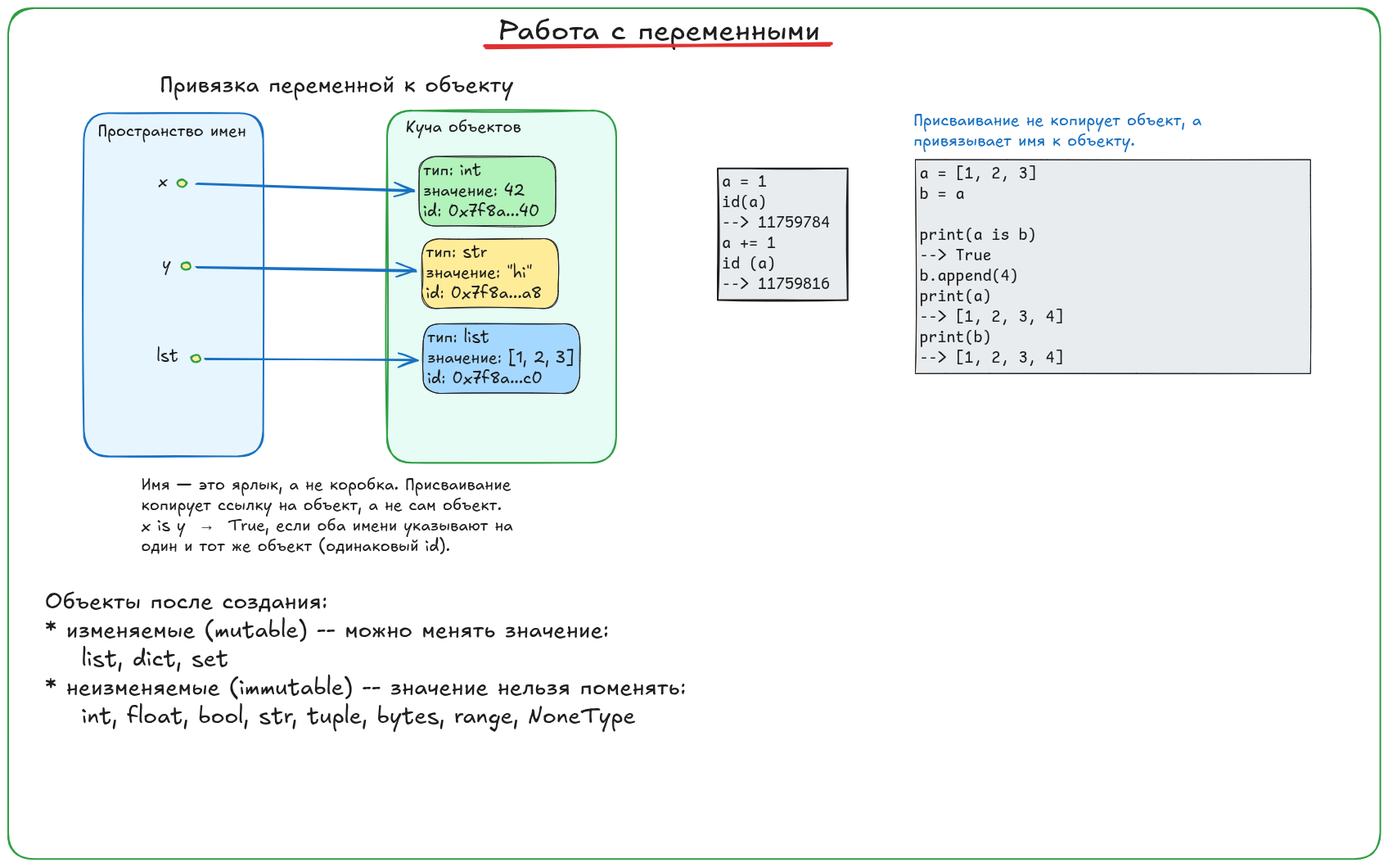
wolodyx/mlintro keeps this Excalidraw diagram as presentations/python-intro/excalidraw/python04.excalidraw.png. Above is the earlier version. Source tidied: one line per element, renumbered; positions are measured from the earlier drawing's top-left corner, leaving out a move shared by most shapes.
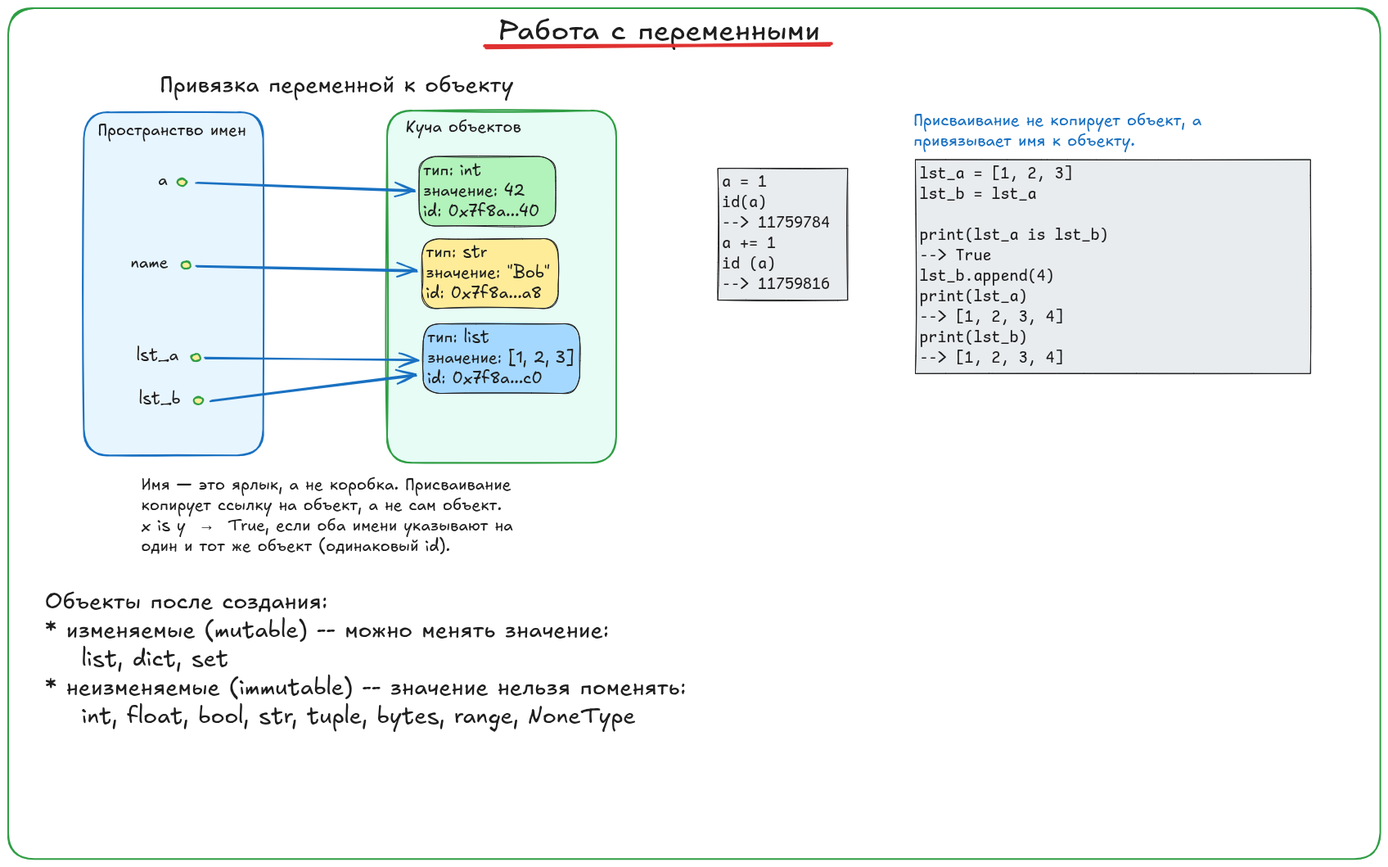
Later version of the same file.

Change to the diagram source:
```diff
@@ -2,29 +2,32 @@
 {"id": 1, "type": "line", "strokeColor": "#e03131", "strokeWidth": 4, "roughness": 1, "round": true, "x": 583, "y": 47, "width": 422, "height": 3, "points": [[0, 0], [422, -3]]}
 {"id": 2, "type": "rectangle", "strokeColor": "#2f9e44", "strokeWidth": 2, "roughness": 1, "round": true, "x": 0, "y": 0, "width": 1677, "height": 1039}
 {"id": 3, "type": "rectangle", "strokeColor": "#1e1e1e", "backgroundColor": "#e9ecef", "fillStyle": "solid", "strokeWidth": 1, "roughness": 1, "x": 1108, "y": 185, "width": 483, "height": 261}
-{"id": 4, "type": "text", "text": "a = [1, 2, 3]\nb = a\n\nprint(a is b)\n--> True\nb.append(4)\nprint(a)\n--> [1, 2, 3, 4]\nprint(b)\n--> [1, 2, 3, 4]", "strokeColor": "#1e1e1e", "backgroundColor": "#e9ecef", "fillStyle": "solid", "strokeWidth": 1, "roughness": 1, "fontSize": 20, "fontFamily": 8, "inside": 3, "x": 1113, "y": 190, "width": 176, "height": 250}
+{"id": 4, "type": "text", "text": "lst_a = [1, 2, 3]\nlst_b = lst_a\n\nprint(lst_a is lst_b)\n--> True\nlst_b.append(4)\nprint(lst_a)\n--> [1, 2, 3, 4]\nprint(lst_b)\n--> [1, 2, 3, 4]", "strokeColor": "#1e1e1e", "backgroundColor": "#e9ecef", "fillStyle": "solid", "strokeWidth": 1, "roughness": 1, "fontSize": 20, "fontFamily": 8, "inside": 3, "x": 1113, "y": 190, "width": 231, "height": 250}
 {"id": 5, "type": "text", "text": "Присваивание не копирует объект, а\nпривязывает имя к объекту.", "strokeColor": "#1971c2", "backgroundColor": "#e9ecef", "fillStyle": "solid", "strokeWidth": 1, "roughness": 1, "fontSize": 20, "fontFamily": 5, "x": 1106, "y": 125, "width": 474, "height": 50}
+{"id": 27, "type": "text", "text": "Объекты после создания:\n* изменяемые (mutable) -- можно менять значение:\n    list, dict, set\n* неизменяемые (immutable) -- значение нельзя поменять:\n    int, float, bool, str, tuple, bytes, range, NoneType", "strokeColor": "#1e1e1e", "backgroundColor": "#a5d8ff", "fillStyle": "solid", "strokeWidth": 2, "roughness": 1, "fontSize": 28, "fontFamily": 5, "x": 45, "y": 708, "width": 784, "height": 175}
+{"id": 28, "type": "rectangle", "strokeColor": "#1e1e1e", "backgroundColor": "#e9ecef", "fillStyle": "solid", "strokeWidth": 1, "roughness": 1, "x": 867, "y": 196, "width": 159, "height": 161}
+{"id": 29, "type": "text", "text": "a = 1\nid(a)\n--> 11759784\na += 1\nid (a)\n--> 11759816", "strokeColor": "#1e1e1e", "backgroundColor": "#a5d8ff", "fillStyle": "solid", "strokeWidth": 2, "roughness": 1, "fontSize": 20, "fontFamily": 8, "inside": 28, "x": 872, "y": 201, "width": 132, "height": 150}
+{"id": 25, "type": "text", "text": "Привязка переменной к объекту", "strokeColor": "#1e1e1e", "backgroundColor": "#a5d8ff", "fillStyle": "solid", "strokeWidth": 2, "roughness": 1, "fontSize": 28, "fontFamily": 5, "x": 185, "y": 77, "width": 432, "height": 35}
+{"id": 26, "type": "text", "text": "Имя — это ярлык, а не коробка. Присваивание\nкопирует ссылку на объект, а не сам объект.\nx is y  →  True, если оба имени указывают на\nодин и тот же объект (одинаковый id).", "strokeColor": "#1e1e1e", "backgroundColor": "#a5d8ff", "fillStyle": "solid", "strokeWidth": 2, "roughness": 1, "fontSize": 20, "fontFamily": 5, "x": 162, "y": 570, "width": 459, "height": 100}
-{"id": 6, "type": "rectangle", "strokeColor": "#1971c2", "backgroundColor": "#e7f5ff", "fillStyle": "solid", "strokeWidth": 2, "roughness": 1, "round": true, "x": 92, "y": 128, "width": 219, "height": 419}
+{"id": 6, "type": "rectangle", "strokeColor": "#1971c2", "backgroundColor": "#e7f5ff", "fillStyle": "solid", "strokeWidth": 2, "roughness": 1, "round": true, "x": 92, "y": 127, "width": 219, "height": 419}
-{"id": 7, "type": "text", "text": "Пространство имен", "strokeColor": "#1e1e1e", "backgroundColor": "#e7f5ff", "fillStyle": "solid", "strokeWidth": 2, "roughness": 1, "fontSize": 20, "fontFamily": 5, "x": 110, "y": 139, "width": 181, "height": 25}
+{"id": 7, "type": "text", "text": "Пространство имен", "strokeColor": "#1e1e1e", "backgroundColor": "#e7f5ff", "fillStyle": "solid", "strokeWidth": 2, "roughness": 1, "fontSize": 20, "fontFamily": 5, "x": 110, "y": 138, "width": 181, "height": 25}
-{"id": 8, "type": "ellipse", "strokeColor": "#2f9e44", "backgroundColor": "#ffec99", "fillStyle": "solid", "strokeWidth": 2, "roughness": 1, "round": true, "x": 207, "y": 209, "width": 11, "height": 9}
+{"id": 8, "type": "ellipse", "strokeColor": "#2f9e44", "backgroundColor": "#ffec99", "fillStyle": "solid", "strokeWidth": 2, "roughness": 1, "round": true, "x": 207, "y": 208, "width": 11, "height": 9}
-{"id": 9, "type": "text", "text": "x", "strokeColor": "#1e1e1e", "backgroundColor": "#ffec99", "fillStyle": "solid", "strokeWidth": 2, "roughness": 1, "fontSize": 20, "fontFamily": 5, "x": 183, "y": 199, "width": 12, "height": 25}
+{"id": 9, "type": "text", "text": "a", "strokeColor": "#1e1e1e", "backgroundColor": "#ffec99", "fillStyle": "solid", "strokeWidth": 2, "roughness": 1, "fontSize": 20, "fontFamily": 5, "x": 183, "y": 198, "width": 12, "height": 25}
-{"id": 10, "type": "ellipse", "strokeColor": "#2f9e44", "backgroundColor": "#ffec99", "fillStyle": "solid", "strokeWidth": 2, "roughness": 1, "round": true, "x": 212, "y": 311, "width": 11, "height": 9}
+{"id": 10, "type": "ellipse", "strokeColor": "#2f9e44", "backgroundColor": "#ffec99", "fillStyle": "solid", "strokeWidth": 2, "roughness": 1, "round": true, "x": 212, "y": 309, "width": 11, "height": 9}
-{"id": 11, "type": "text", "text": "y", "strokeColor": "#1e1e1e", "backgroundColor": "#ffec99", "fillStyle": "solid", "strokeWidth": 2, "roughness": 1, "fontSize": 20, "fontFamily": 5, "x": 188, "y": 301, "width": 11, "height": 25}
+{"id": 11, "type": "text", "text": "name", "strokeColor": "#1e1e1e", "backgroundColor": "#ffec99", "fillStyle": "solid", "strokeWidth": 2, "roughness": 1, "fontSize": 20, "fontFamily": 5, "x": 149, "y": 300, "width": 50, "height": 25}
-{"id": 12, "type": "ellipse", "strokeColor": "#2f9e44", "backgroundColor": "#ffec99", "fillStyle": "solid", "strokeWidth": 2, "roughness": 1, "round": true, "x": 224, "y": 423, "width": 11, "height": 9}
+{"id": 12, "type": "ellipse", "strokeColor": "#2f9e44", "backgroundColor": "#ffec99", "fillStyle": "solid", "strokeWidth": 2, "roughness": 1, "round": true, "x": 224, "y": 422, "width": 11, "height": 9}
-{"id": 13, "type": "text", "text": "lst", "strokeColor": "#1e1e1e", "backgroundColor": "#ffec99", "fillStyle": "solid", "strokeWidth": 2, "roughness": 1, "fontSize": 20, "fontFamily": 5, "x": 182, "y": 414, "width": 29, "height": 25}
+{"id": 13, "type": "text", "text": "lst_a", "strokeColor": "#1e1e1e", "backgroundColor": "#ffec99", "fillStyle": "solid", "strokeWidth": 2, "roughness": 1, "fontSize": 20, "fontFamily": 5, "x": 157, "y": 412, "width": 54, "height": 25}
+{"id": 30, "type": "ellipse", "strokeColor": "#2f9e44", "backgroundColor": "#ffec99", "fillStyle": "solid", "strokeWidth": 2, "roughness": 1, "round": true, "x": 227, "y": 475, "width": 11, "height": 9}
+{"id": 31, "type": "text", "text": "lst_b", "strokeColor": "#1e1e1e", "backgroundColor": "#ffec99", "fillStyle": "solid", "strokeWidth": 2, "roughness": 1, "fontSize": 20, "fontFamily": 5, "x": 160, "y": 465, "width": 54, "height": 25}
 {"id": 14, "type": "rectangle", "strokeColor": "#2f9e44", "backgroundColor": "#e6fcf5", "fillStyle": "solid", "strokeWidth": 2, "roughness": 1, "round": true, "x": 463, "y": 125, "width": 280, "height": 430}
 {"id": 15, "type": "text", "text": "Куча объектов", "strokeColor": "#1e1e1e", "backgroundColor": "#e6fcf5", "fillStyle": "solid", "strokeWidth": 2, "roughness": 1, "fontSize": 20, "fontFamily": 5, "x": 486, "y": 133, "width": 141, "height": 25}
 {"id": 16, "type": "rectangle", "strokeColor": "#1e1e1e", "backgroundColor": "#b2f2bb", "fillStyle": "solid", "strokeWidth": 1, "roughness": 1, "round": true, "x": 502, "y": 181, "width": 167, "height": 85}
 {"id": 17, "type": "text", "text": "тип: int\nзначение: 42\nid: 0x7f8a...40", "strokeColor": "#1e1e1e", "backgroundColor": "#b2f2bb", "fillStyle": "solid", "strokeWidth": 2, "roughness": 1, "fontSize": 20, "fontFamily": 5, "inside": 16, "x": 507, "y": 186, "width": 142, "height": 75}
 {"id": 18, "type": "rectangle", "strokeColor": "#1e1e1e", "backgroundColor": "#ffec99", "fillStyle": "solid", "strokeWidth": 1, "roughness": 1, "round": true, "x": 505, "y": 282, "width": 167, "height": 85}
-{"id": 19, "type": "text", "text": "тип: str\nзначение: \"hi\"\nid: 0x7f8a...a8", "strokeColor": "#1e1e1e", "backgroundColor": "#b2f2bb", "fillStyle": "solid", "strokeWidth": 2, "roughness": 1, "fontSize": 20, "fontFamily": 5, "inside": 18, "x": 510, "y": 287, "width": 141, "height": 75}
+{"id": 19, "type": "text", "text": "тип: str\nзначение: \"Bob\"\nid: 0x7f8a...a8", "strokeColor": "#1e1e1e", "backgroundColor": "#b2f2bb", "fillStyle": "solid", "strokeWidth": 2, "roughness": 1, "fontSize": 20, "fontFamily": 5, "inside": 18, "x": 510, "y": 287, "width": 151, "height": 75}
 {"id": 20, "type": "rectangle", "strokeColor": "#1e1e1e", "backgroundColor": "#a5d8ff", "fillStyle": "solid", "strokeWidth": 1, "roughness": 1, "round": true, "x": 507, "y": 386, "width": 191, "height": 85}
 {"id": 21, "type": "text", "text": "тип: list\nзначение: [1, 2, 3]\nid: 0x7f8a...c0", "strokeColor": "#1e1e1e", "backgroundColor": "#b2f2bb", "fillStyle": "solid", "strokeWidth": 2, "roughness": 1, "fontSize": 20, "fontFamily": 5, "inside": 20, "x": 512, "y": 391, "width": 179, "height": 75}
-{"id": 22, "type": "arrow", "strokeColor": "#1971c2", "backgroundColor": "#e6fcf5", "fillStyle": "solid", "strokeWidth": 2, "roughness": 1, "endArrowhead": "arrow", "round": true, "from": 8, "to": 16, "x": 230, "y": 214, "width": 266, "height": 9, "points": [[0, 0], [266, 9]]}
+{"id": 22, "type": "arrow", "strokeColor": "#1971c2", "backgroundColor": "#e6fcf5", "fillStyle": "solid", "strokeWidth": 2, "roughness": 1, "endArrowhead": "arrow", "round": true, "from": 8, "to": 16, "x": 230, "y": 213, "width": 267, "height": 10, "points": [[0, 0], [267, 10]]}
-{"id": 23, "type": "arrow", "strokeColor": "#1971c2", "backgroundColor": "#e6fcf5", "fillStyle": "solid", "strokeWidth": 2, "roughness": 1, "endArrowhead": "arrow", "round": true, "from": 10, "to": 18, "x": 231, "y": 317, "width": 267, "height": 4, "points": [[0, 0], [267, 4]]}
+{"id": 23, "type": "arrow", "strokeColor": "#1971c2", "backgroundColor": "#e6fcf5", "fillStyle": "solid", "strokeWidth": 2, "roughness": 1, "endArrowhead": "arrow", "round": true, "from": 10, "to": 18, "x": 231, "y": 316, "width": 268, "height": 5, "points": [[0, 0], [268, 5]]}
-{"id": 24, "type": "arrow", "strokeColor": "#1971c2", "backgroundColor": "#e6fcf5", "fillStyle": "solid", "strokeWidth": 2, "roughness": 1, "endArrowhead": "arrow", "round": true, "from": 12, "to": 20, "x": 240, "y": 429, "width": 259, "height": 1, "points": [[0, 0], [259, 1]]}
+{"id": 24, "type": "arrow", "strokeColor": "#1971c2", "backgroundColor": "#e6fcf5", "fillStyle": "solid", "strokeWidth": 2, "roughness": 1, "endArrowhead": "arrow", "round": true, "from": 12, "to": 20, "x": 240, "y": 428, "width": 260, "height": 2, "points": [[0, 0], [260, 2]]}
-{"id": 25, "type": "text", "text": "Привязка переменной к объекту", "strokeColor": "#1e1e1e", "backgroundColor": "#a5d8ff", "fillStyle": "solid", "strokeWidth": 2, "roughness": 1, "fontSize": 28, "fontFamily": 5, "x": 185, "y": 77, "width": 432, "height": 35}
-{"id": 26, "type": "text", "text": "Имя — это ярлык, а не коробка. Присваивание\nкопирует ссылку на объект, а не сам объект.\nx is y  →  True, если оба имени указывают на\nодин и тот же объект (одинаковый id).", "strokeColor": "#1e1e1e", "backgroundColor": "#a5d8ff", "fillStyle": "solid", "strokeWidth": 2, "roughness": 1, "fontSize": 20, "fontFamily": 5, "x": 162, "y": 570, "width": 459, "height": 100}
-{"id": 27, "type": "text", "text": "Объекты после создания:\n* изменяемые (mutable) -- можно менять значение:\n    list, dict, set\n* неизменяемые (immutable) -- значение нельзя поменять:\n    int, float, bool, str, tuple, bytes, range, NoneType", "strokeColor": "#1e1e1e", "backgroundColor": "#a5d8ff", "fillStyle": "solid", "strokeWidth": 2, "roughness": 1, "fontSize": 28, "fontFamily": 5, "x": 45, "y": 708, "width": 784, "height": 175}
-{"id": 28, "type": "rectangle", "strokeColor": "#1e1e1e", "backgroundColor": "#e9ecef", "fillStyle": "solid", "strokeWidth": 2, "roughness": 1, "x": 867, "y": 196, "width": 159, "height": 161}
-{"id": 29, "type": "text", "text": "a = 1\nid(a)\n--> 11759784\na += 1\nid (a)\n--> 11759816", "strokeColor": "#1e1e1e", "backgroundColor": "#a5d8ff", "fillStyle": "solid", "strokeWidth": 2, "roughness": 1, "fontSize": 20, "fontFamily": 8, "inside": 28, "x": 872, "y": 201, "width": 132, "height": 150}
+{"id": 32, "type": "arrow", "strokeColor": "#1971c2", "backgroundColor": "#e9ecef", "fillStyle": "solid", "strokeWidth": 2, "roughness": 1, "endArrowhead": "arrow", "round": true, "from": 30, "to": 20, "x": 248, "y": 480, "width": 250, "height": 32, "points": [[0, 0], [250, -32]]}
```
